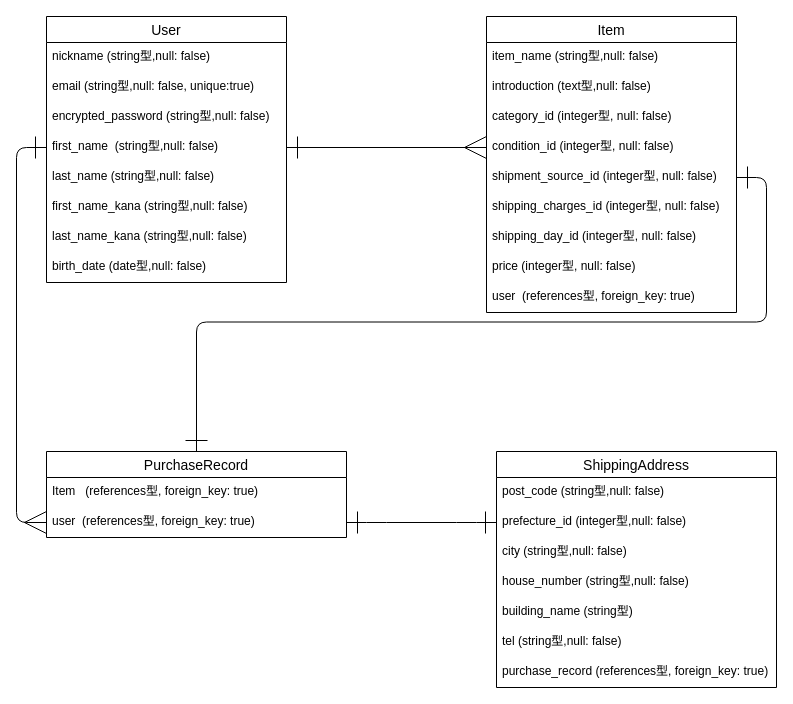
shimada0905/furima-32469 keeps this draw.io diagram as ER.dio. Above is the earlier version. Source tidied: cells renumbered, new cells numbered last; positions are measured from the earlier drawing's top-left corner, leaving out a move shared by most shapes. Both pictures are drawn from the tidied source at 100%, with x=0, y=0 at pixel (46, 16).
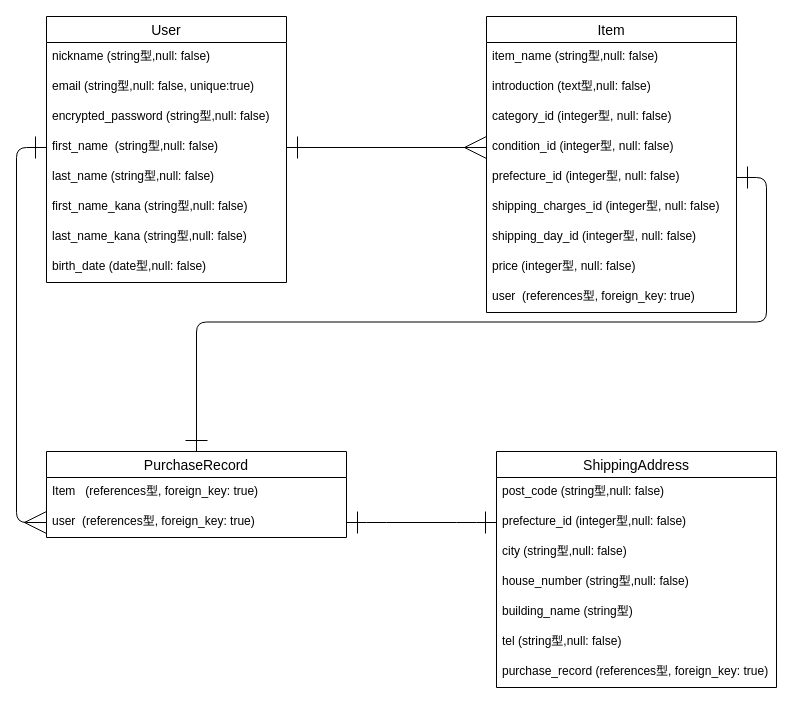
Above is the later version.

Commit message (it also covers changes not shown here):
ActiveHashで使用するカラムの統一

The change refers to these unchanged cells:
```xml
<mxCell id="11" value="Item" style="swimlane;fontStyle=0;horizontal=1;startSize=26;align=center;fontSize=14;" parent="1" vertex="1">
  <mxGeometry x="440" width="250" height="296" as="geometry" />
</mxCell>
```

Diff of the diagram source:
```diff
@@
-    <mxCell id="16" value="shipment_source_id (integer型, null: false)" style="text;strokeColor=none;fillColor=none;spacingLeft=4;spacingRight=4;overflow=hidden;points=[[0,0.5],[1,0.5]];portConstraint=eastwest;fontSize=12;" parent="11" vertex="1">
+    <mxCell id="16" value="prefecture_id (integer型, null: false)" style="text;strokeColor=none;fillColor=none;spacingLeft=4;spacingRight=4;overflow=hidden;points=[[0,0.5],[1,0.5]];portConstraint=eastwest;fontSize=12;" parent="11" vertex="1">
       <mxGeometry y="146" width="250" height="30" as="geometry" />
     </mxCell>
```
